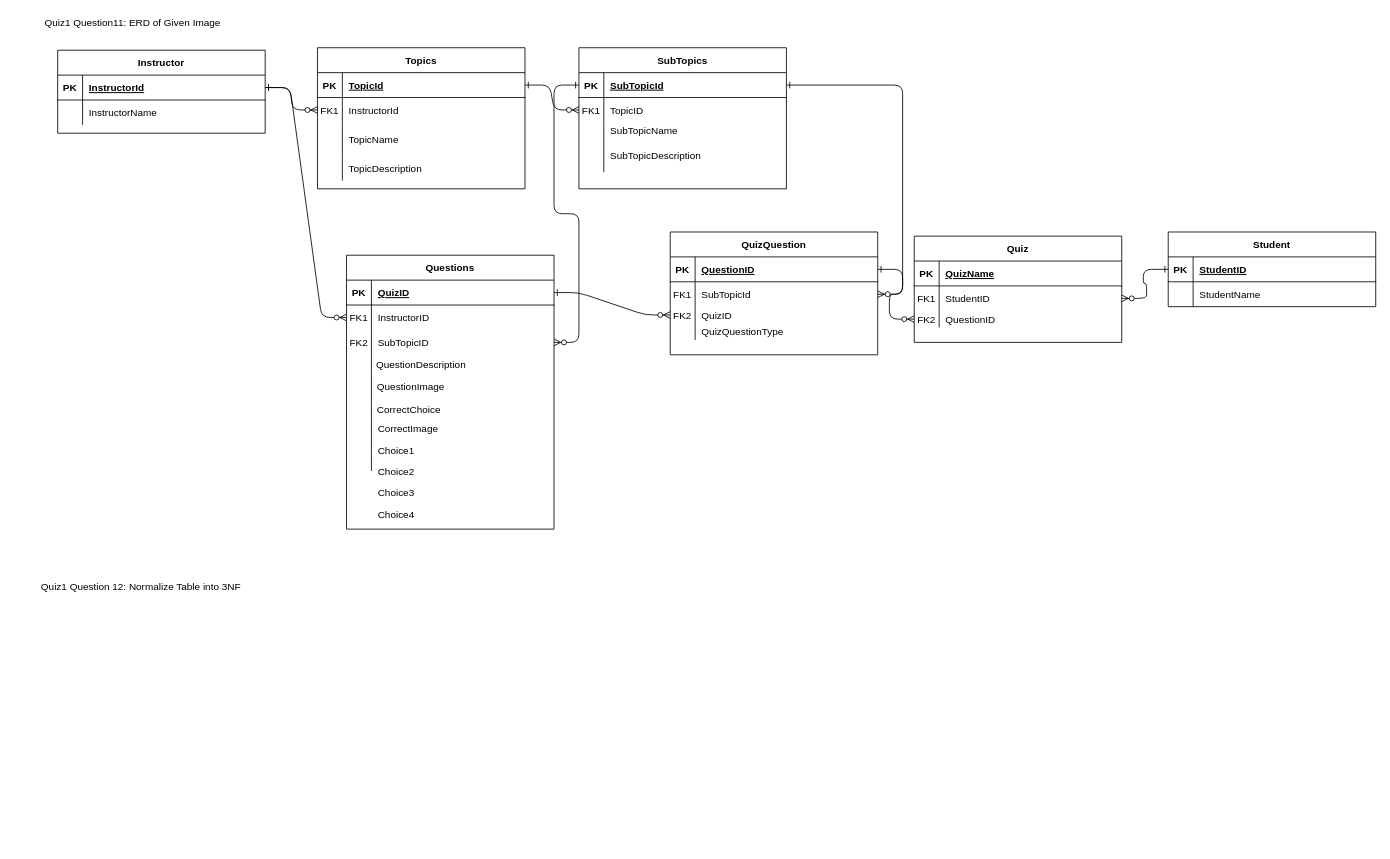
Earlier version of the draw.io diagram Quiz1Part1_111021.drawio (AmirAini/portfolio1). Source tidied: cells renumbered, new cells numbered last; positions are measured from the earlier drawing's top-left corner, leaving out a move shared by most shapes. Both pictures are drawn from the tidied source at 83%, with x=0, y=0 at pixel (32, 14).
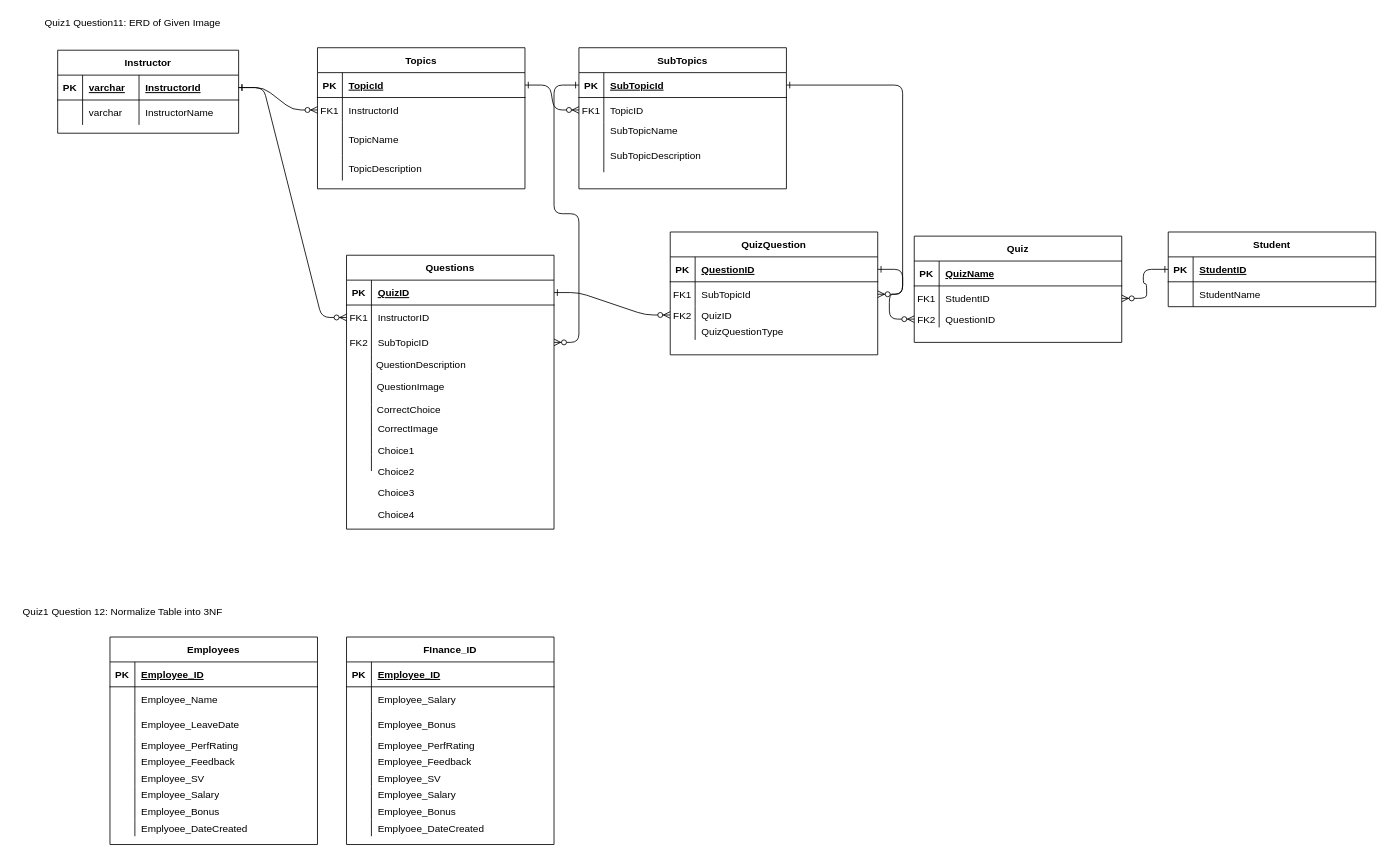
After the change.

The edit, as a diff of the source:
```diff
@@
     <mxCell id="30" value="Instructor" style="shape=table;startSize=30;childLayout=tableLayout;rowLines=0;fontStyle=1;align=center;" parent="1" vertex="1">
-      <mxGeometry x="30" y="43" width="250" height="100" as="geometry" />
+      <mxGeometry x="30" y="43" width="218" height="100" as="geometry" />
     </mxCell>
     <mxCell id="31" style="shape=partialRectangle;fillColor=none;points=[[0,0.5],[1,0.5]];portConstraint=eastwest;top=0;left=0;right=0;bottom=1;" parent="30" vertex="1">
-      <mxGeometry y="30" width="250" height="30" as="geometry" />
+      <mxGeometry y="30" width="218" height="30" as="geometry" />
     </mxCell>
@@
+    <mxCell id="115" value="varchar" style="shape=partialRectangle;overflow=hidden;fillColor=none;top=0;left=0;bottom=0;right=0;align=left;spacingLeft=6;fontStyle=5;" parent="31" vertex="1">
+      <mxGeometry x="30" width="68" height="30" as="geometry" />
+    </mxCell>
     <mxCell id="33" value="InstructorId" style="shape=partialRectangle;overflow=hidden;fillColor=none;top=0;left=0;bottom=0;right=0;align=left;spacingLeft=6;fontStyle=5;" parent="31" vertex="1">
-      <mxGeometry x="30" width="220" height="30" as="geometry" />
+      <mxGeometry x="98" width="120" height="30" as="geometry" />
     </mxCell>
     <mxCell id="34" style="shape=partialRectangle;fillColor=none;top=0;left=0;right=0;bottom=0;" parent="30" vertex="1">
-      <mxGeometry y="60" width="250" height="30" as="geometry" />
+      <mxGeometry y="60" width="218" height="30" as="geometry" />
     </mxCell>
@@
+    <mxCell id="116" value="varchar" style="shape=partialRectangle;overflow=hidden;fillColor=none;top=0;left=0;bottom=0;right=0;align=left;spacingLeft=6;" parent="34" vertex="1">
+      <mxGeometry x="30" width="68" height="30" as="geometry" />
+    </mxCell>
     <mxCell id="36" value="InstructorName" style="shape=partialRectangle;overflow=hidden;fillColor=none;top=0;left=0;bottom=0;right=0;align=left;spacingLeft=6;" parent="34" vertex="1">
-      <mxGeometry x="30" width="220" height="30" as="geometry" />
+      <mxGeometry x="98" width="120" height="30" as="geometry" />
     </mxCell>
@@
     <mxCell id="114" value="Quiz1 Question 12: Normalize Table into 3NF" style="text;html=1;align=center;verticalAlign=middle;strokeColor=none;fillColor=none;" parent="1" vertex="1">
-      <mxGeometry y="680" width="260" height="20" as="geometry" />
+      <mxGeometry x="-22" y="710" width="260" height="20" as="geometry" />
     </mxCell>
+    <mxCell id="117" value="Employees" style="shape=table;startSize=30;childLayout=tableLayout;rowLines=0;fontStyle=1;align=center;" parent="1" vertex="1">
+      <mxGeometry x="93" y="750" width="250" height="250" as="geometry" />
+    </mxCell>
+    <mxCell id="118" style="shape=partialRectangle;fillColor=none;top=0;left=0;right=0;bottom=1;" parent="117" vertex="1">
+      <mxGeometry y="30" width="250" height="30" as="geometry" />
+    </mxCell>
+    <mxCell id="119" value="PK" style="shape=partialRectangle;overflow=hidden;fillColor=none;top=0;left=0;bottom=0;right=0;fontStyle=1;" parent="118" vertex="1">
+      <mxGeometry width="30" height="30" as="geometry" />
+    </mxCell>
+    <mxCell id="120" value="Employee_ID" style="shape=partialRectangle;overflow=hidden;fillColor=none;top=0;left=0;bottom=0;right=0;align=left;spacingLeft=6;fontStyle=5;" parent="118" vertex="1">
+      <mxGeometry x="30" width="220" height="30" as="geometry" />
+    </mxCell>
+    <mxCell id="121" style="shape=partialRectangle;fillColor=none;top=0;left=0;right=0;bottom=0;" parent="117" vertex="1">
+      <mxGeometry y="60" width="250" height="30" as="geometry" />
+    </mxCell>
+    <mxCell id="122" style="shape=partialRectangle;overflow=hidden;fillColor=none;top=0;left=0;bottom=0;right=0;" parent="121" vertex="1">
+      <mxGeometry width="30" height="30" as="geometry" />
+    </mxCell>
+    <mxCell id="123" value="Employee_Name" style="shape=partialRectangle;overflow=hidden;fillColor=none;top=0;left=0;bottom=0;right=0;align=left;spacingLeft=6;" parent="121" vertex="1">
+      <mxGeometry x="30" width="220" height="30" as="geometry" />
+    </mxCell>
+    <mxCell id="124" style="shape=partialRectangle;fillColor=none;top=0;left=0;right=0;bottom=0;" parent="117" vertex="1">
+      <mxGeometry y="90" width="250" height="30" as="geometry" />
+    </mxCell>
+    <mxCell id="125" style="shape=partialRectangle;overflow=hidden;fillColor=none;top=0;left=0;bottom=0;right=0;" parent="124" vertex="1">
+      <mxGeometry width="30" height="30" as="geometry" />
+    </mxCell>
+    <mxCell id="126" value="Employee_LeaveDate" style="shape=partialRectangle;overflow=hidden;fillColor=none;top=0;left=0;bottom=0;right=0;align=left;spacingLeft=6;" parent="124" vertex="1">
+      <mxGeometry x="30" width="220" height="30" as="geometry" />
+    </mxCell>
+    <mxCell id="127" style="shape=partialRectangle;fillColor=none;top=0;left=0;right=0;bottom=0;" parent="117" vertex="1">
+      <mxGeometry y="120" width="250" height="20" as="geometry" />
+    </mxCell>
+    <mxCell id="128" style="shape=partialRectangle;overflow=hidden;fillColor=none;top=0;left=0;bottom=0;right=0;" parent="127" vertex="1">
+      <mxGeometry width="30" height="20" as="geometry" />
+    </mxCell>
+    <mxCell id="129" value="Employee_PerfRating" style="shape=partialRectangle;overflow=hidden;fillColor=none;top=0;left=0;bottom=0;right=0;align=left;spacingLeft=6;" parent="127" vertex="1">
+      <mxGeometry x="30" width="220" height="20" as="geometry" />
+    </mxCell>
+    <mxCell id="130" style="shape=partialRectangle;fillColor=none;top=0;left=0;right=0;bottom=0;" parent="117" vertex="1">
+      <mxGeometry y="140" width="250" height="20" as="geometry" />
+    </mxCell>
+    <mxCell id="131" style="shape=partialRectangle;overflow=hidden;fillColor=none;top=0;left=0;bottom=0;right=0;" parent="130" vertex="1">
+      <mxGeometry width="30" height="20" as="geometry" />
+    </mxCell>
+    <mxCell id="132" value="Employee_Feedback" style="shape=partialRectangle;overflow=hidden;fillColor=none;top=0;left=0;bottom=0;right=0;align=left;spacingLeft=6;" parent="130" vertex="1">
+      <mxGeometry x="30" width="220" height="20" as="geometry" />
+    </mxCell>
+    <mxCell id="133" style="shape=partialRectangle;fillColor=none;top=0;left=0;right=0;bottom=0;" parent="117" vertex="1">
+      <mxGeometry y="160" width="250" height="20" as="geometry" />
+    </mxCell>
+    <mxCell id="134" style="shape=partialRectangle;overflow=hidden;fillColor=none;top=0;left=0;bottom=0;right=0;" parent="133" vertex="1">
+      <mxGeometry width="30" height="20" as="geometry" />
+    </mxCell>
+    <mxCell id="135" value="Employee_SV" style="shape=partialRectangle;overflow=hidden;fillColor=none;top=0;left=0;bottom=0;right=0;align=left;spacingLeft=6;" parent="133" vertex="1">
+      <mxGeometry x="30" width="220" height="20" as="geometry" />
+    </mxCell>
+    <mxCell id="136" style="shape=partialRectangle;fillColor=none;top=0;left=0;right=0;bottom=0;" parent="117" vertex="1">
+      <mxGeometry y="180" width="250" height="20" as="geometry" />
+    </mxCell>
+    <mxCell id="137" style="shape=partialRectangle;overflow=hidden;fillColor=none;top=0;left=0;bottom=0;right=0;" parent="136" vertex="1">
+      <mxGeometry width="30" height="20" as="geometry" />
+    </mxCell>
+    <mxCell id="138" value="Employee_Salary" style="shape=partialRectangle;overflow=hidden;fillColor=none;top=0;left=0;bottom=0;right=0;align=left;spacingLeft=6;" parent="136" vertex="1">
+      <mxGeometry x="30" width="220" height="20" as="geometry" />
+    </mxCell>
+    <mxCell id="139" style="shape=partialRectangle;fillColor=none;top=0;left=0;right=0;bottom=0;" parent="117" vertex="1">
+      <mxGeometry y="200" width="250" height="20" as="geometry" />
+    </mxCell>
+    <mxCell id="140" style="shape=partialRectangle;overflow=hidden;fillColor=none;top=0;left=0;bottom=0;right=0;" parent="139" vertex="1">
+      <mxGeometry width="30" height="20" as="geometry" />
+    </mxCell>
+    <mxCell id="141" value="Employee_Bonus" style="shape=partialRectangle;overflow=hidden;fillColor=none;top=0;left=0;bottom=0;right=0;align=left;spacingLeft=6;" parent="139" vertex="1">
+      <mxGeometry x="30" width="220" height="20" as="geometry" />
+    </mxCell>
+    <mxCell id="142" style="shape=partialRectangle;fillColor=none;top=0;left=0;right=0;bottom=0;" parent="117" vertex="1">
+      <mxGeometry y="220" width="250" height="20" as="geometry" />
+    </mxCell>
+    <mxCell id="143" style="shape=partialRectangle;overflow=hidden;fillColor=none;top=0;left=0;bottom=0;right=0;" parent="142" vertex="1">
+      <mxGeometry width="30" height="20" as="geometry" />
+    </mxCell>
+    <mxCell id="144" value="Emplyoee_DateCreated" style="shape=partialRectangle;overflow=hidden;fillColor=none;top=0;left=0;bottom=0;right=0;align=left;spacingLeft=6;" parent="142" vertex="1">
+      <mxGeometry x="30" width="220" height="20" as="geometry" />
+    </mxCell>
+    <mxCell id="145" value="FInance_ID" style="shape=table;startSize=30;childLayout=tableLayout;rowLines=0;fontStyle=1;align=center;" parent="1" vertex="1">
+      <mxGeometry x="378" y="750" width="250" height="250" as="geometry" />
+    </mxCell>
+    <mxCell id="146" style="shape=partialRectangle;fillColor=none;top=0;left=0;right=0;bottom=1;" parent="145" vertex="1">
+      <mxGeometry y="30" width="250" height="30" as="geometry" />
+    </mxCell>
+    <mxCell id="147" value="PK" style="shape=partialRectangle;overflow=hidden;fillColor=none;top=0;left=0;bottom=0;right=0;fontStyle=1;" parent="146" vertex="1">
+      <mxGeometry width="30" height="30" as="geometry" />
+    </mxCell>
+    <mxCell id="148" value="Employee_ID" style="shape=partialRectangle;overflow=hidden;fillColor=none;top=0;left=0;bottom=0;right=0;align=left;spacingLeft=6;fontStyle=5;" parent="146" vertex="1">
+      <mxGeometry x="30" width="220" height="30" as="geometry" />
+    </mxCell>
+    <mxCell id="149" style="shape=partialRectangle;fillColor=none;top=0;left=0;right=0;bottom=0;" parent="145" vertex="1">
+      <mxGeometry y="60" width="250" height="30" as="geometry" />
+    </mxCell>
+    <mxCell id="150" style="shape=partialRectangle;overflow=hidden;fillColor=none;top=0;left=0;bottom=0;right=0;" parent="149" vertex="1">
+      <mxGeometry width="30" height="30" as="geometry" />
+    </mxCell>
+    <mxCell id="151" value="Employee_Salary" style="shape=partialRectangle;overflow=hidden;fillColor=none;top=0;left=0;bottom=0;right=0;align=left;spacingLeft=6;" parent="149" vertex="1">
+      <mxGeometry x="30" width="220" height="30" as="geometry" />
+    </mxCell>
+    <mxCell id="152" style="shape=partialRectangle;fillColor=none;top=0;left=0;right=0;bottom=0;" parent="145" vertex="1">
+      <mxGeometry y="90" width="250" height="30" as="geometry" />
+    </mxCell>
+    <mxCell id="153" style="shape=partialRectangle;overflow=hidden;fillColor=none;top=0;left=0;bottom=0;right=0;" parent="152" vertex="1">
+      <mxGeometry width="30" height="30" as="geometry" />
+    </mxCell>
+    <mxCell id="154" value="Employee_Bonus" style="shape=partialRectangle;overflow=hidden;fillColor=none;top=0;left=0;bottom=0;right=0;align=left;spacingLeft=6;" parent="152" vertex="1">
+      <mxGeometry x="30" width="220" height="30" as="geometry" />
+    </mxCell>
+    <mxCell id="155" style="shape=partialRectangle;fillColor=none;top=0;left=0;right=0;bottom=0;" parent="145" vertex="1">
+      <mxGeometry y="120" width="250" height="20" as="geometry" />
+    </mxCell>
+    <mxCell id="156" style="shape=partialRectangle;overflow=hidden;fillColor=none;top=0;left=0;bottom=0;right=0;" parent="155" vertex="1">
+      <mxGeometry width="30" height="20" as="geometry" />
+    </mxCell>
+    <mxCell id="157" value="Employee_PerfRating" style="shape=partialRectangle;overflow=hidden;fillColor=none;top=0;left=0;bottom=0;right=0;align=left;spacingLeft=6;" parent="155" vertex="1">
+      <mxGeometry x="30" width="220" height="20" as="geometry" />
+    </mxCell>
+    <mxCell id="158" style="shape=partialRectangle;fillColor=none;top=0;left=0;right=0;bottom=0;" parent="145" vertex="1">
+      <mxGeometry y="140" width="250" height="20" as="geometry" />
+    </mxCell>
+    <mxCell id="159" style="shape=partialRectangle;overflow=hidden;fillColor=none;top=0;left=0;bottom=0;right=0;" parent="158" vertex="1">
+      <mxGeometry width="30" height="20" as="geometry" />
+    </mxCell>
+    <mxCell id="160" value="Employee_Feedback" style="shape=partialRectangle;overflow=hidden;fillColor=none;top=0;left=0;bottom=0;right=0;align=left;spacingLeft=6;" parent="158" vertex="1">
+      <mxGeometry x="30" width="220" height="20" as="geometry" />
+    </mxCell>
+    <mxCell id="161" style="shape=partialRectangle;fillColor=none;top=0;left=0;right=0;bottom=0;" parent="145" vertex="1">
+      <mxGeometry y="160" width="250" height="20" as="geometry" />
+    </mxCell>
+    <mxCell id="162" style="shape=partialRectangle;overflow=hidden;fillColor=none;top=0;left=0;bottom=0;right=0;" parent="161" vertex="1">
+      <mxGeometry width="30" height="20" as="geometry" />
+    </mxCell>
+    <mxCell id="163" value="Employee_SV" style="shape=partialRectangle;overflow=hidden;fillColor=none;top=0;left=0;bottom=0;right=0;align=left;spacingLeft=6;" parent="161" vertex="1">
+      <mxGeometry x="30" width="220" height="20" as="geometry" />
+    </mxCell>
+    <mxCell id="164" style="shape=partialRectangle;fillColor=none;top=0;left=0;right=0;bottom=0;" parent="145" vertex="1">
+      <mxGeometry y="180" width="250" height="20" as="geometry" />
+    </mxCell>
+    <mxCell id="165" style="shape=partialRectangle;overflow=hidden;fillColor=none;top=0;left=0;bottom=0;right=0;" parent="164" vertex="1">
+      <mxGeometry width="30" height="20" as="geometry" />
+    </mxCell>
+    <mxCell id="166" value="Employee_Salary" style="shape=partialRectangle;overflow=hidden;fillColor=none;top=0;left=0;bottom=0;right=0;align=left;spacingLeft=6;" parent="164" vertex="1">
+      <mxGeometry x="30" width="220" height="20" as="geometry" />
+    </mxCell>
+    <mxCell id="167" style="shape=partialRectangle;fillColor=none;top=0;left=0;right=0;bottom=0;" parent="145" vertex="1">
+      <mxGeometry y="200" width="250" height="20" as="geometry" />
+    </mxCell>
+    <mxCell id="168" style="shape=partialRectangle;overflow=hidden;fillColor=none;top=0;left=0;bottom=0;right=0;" parent="167" vertex="1">
+      <mxGeometry width="30" height="20" as="geometry" />
+    </mxCell>
+    <mxCell id="169" value="Employee_Bonus" style="shape=partialRectangle;overflow=hidden;fillColor=none;top=0;left=0;bottom=0;right=0;align=left;spacingLeft=6;" parent="167" vertex="1">
+      <mxGeometry x="30" width="220" height="20" as="geometry" />
+    </mxCell>
+    <mxCell id="170" style="shape=partialRectangle;fillColor=none;top=0;left=0;right=0;bottom=0;" parent="145" vertex="1">
+      <mxGeometry y="220" width="250" height="20" as="geometry" />
+    </mxCell>
+    <mxCell id="171" style="shape=partialRectangle;overflow=hidden;fillColor=none;top=0;left=0;bottom=0;right=0;" parent="170" vertex="1">
+      <mxGeometry width="30" height="20" as="geometry" />
+    </mxCell>
+    <mxCell id="172" value="Emplyoee_DateCreated" style="shape=partialRectangle;overflow=hidden;fillColor=none;top=0;left=0;bottom=0;right=0;align=left;spacingLeft=6;" parent="170" vertex="1">
+      <mxGeometry x="30" width="220" height="20" as="geometry" />
+    </mxCell>
```
